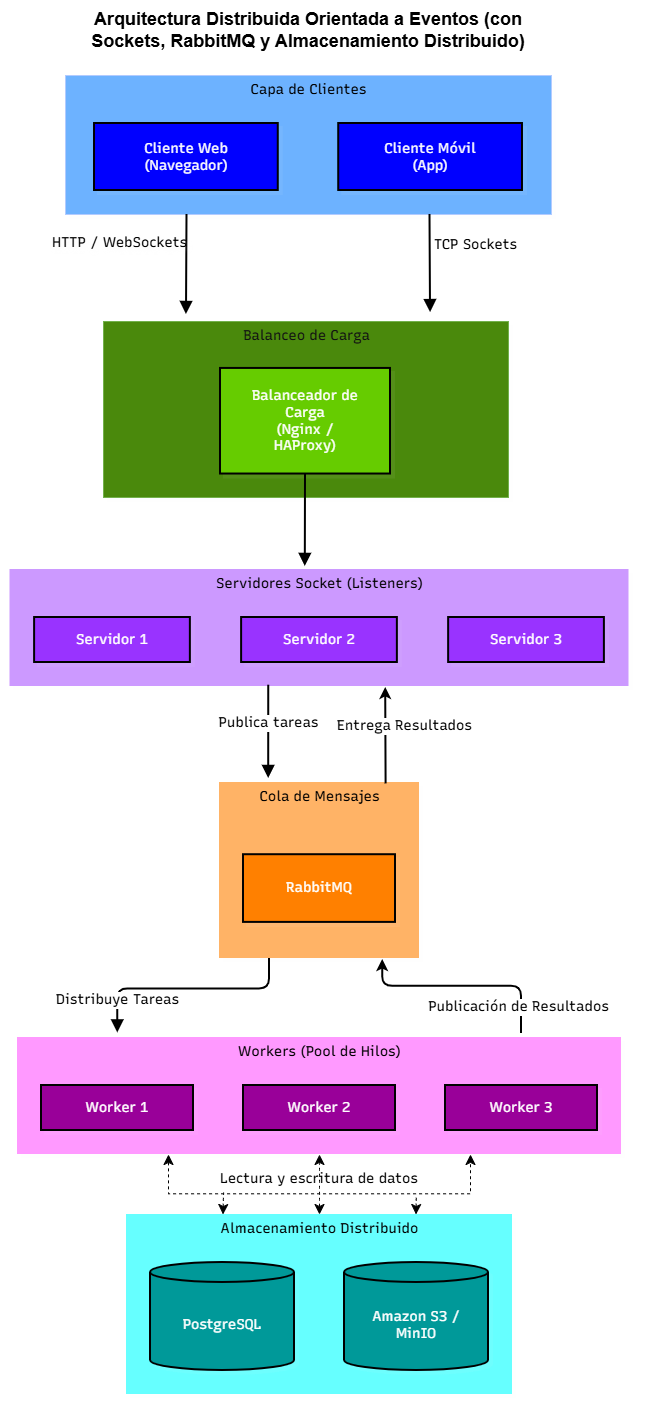
Before: Cliente-Servidor.drawio.png, a diagram exported from draw.io (Pao-1112/pfo3-sistema-distribuido-sockets). Source tidied: cells renumbered, new cells last; positions are measured from the earlier drawing's top-left corner, leaving out a move shared by most shapes.
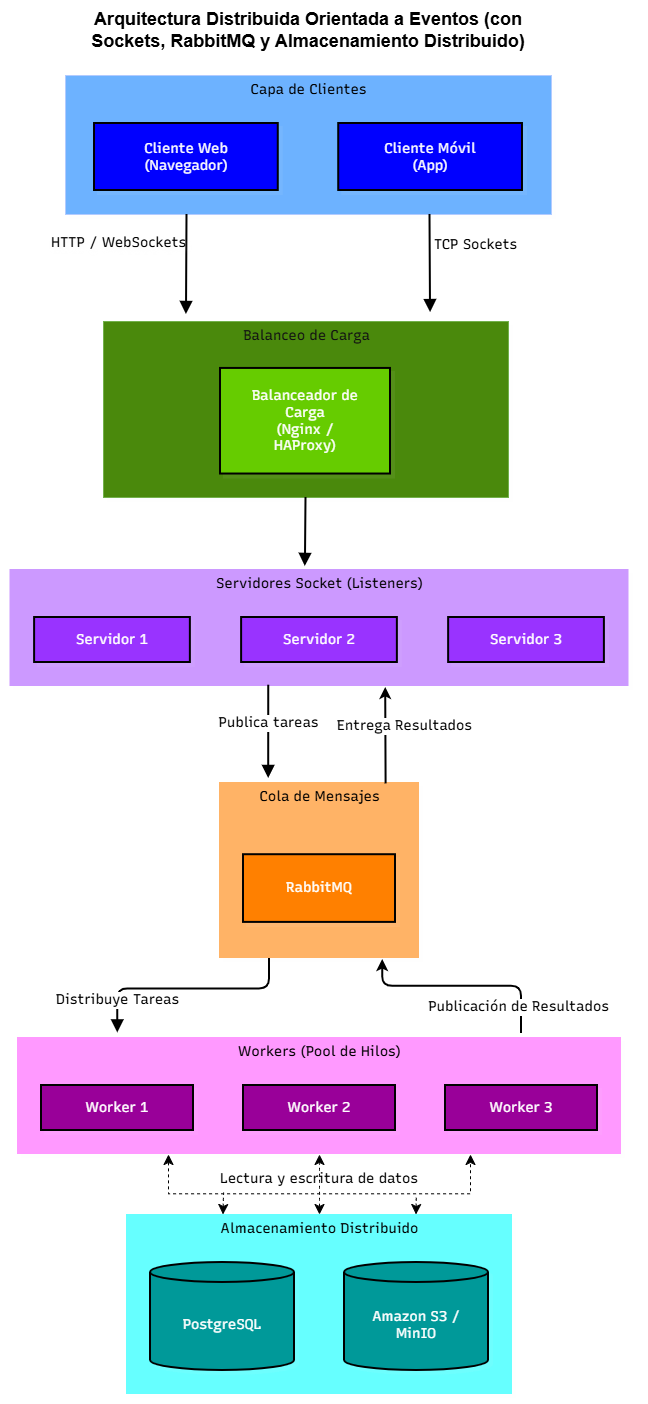
Later version of the same file.

Commit message:
Actualizar diagrama y documentación del proyecto

Change to the diagram source:
```diff
@@ -82,8 +82,8 @@
         <mxPoint x="453.1" y="248.1" as="targetPoint" />
       </mxGeometry>
     </mxCell>
-    <mxCell id="26" style="edgeStyle=orthogonalEdgeStyle;rounded=1;curved=0;startArrow=none;endArrow=block;endSize=8;jumpStyle=arc;jumpSize=12;strokeColor=light-dark(#000000,#000000);exitX=0.5;exitY=1;entryX=0.477;entryY=-0.026;strokeWidth=2;targetPerimeterSpacing=4;fontSize=12;exitDx=0;exitDy=0;entryDx=0;entryDy=0;entryPerimeter=0;" parent="2" edge="1" source="20" target="15">
-      <mxGeometry x="0.73" relative="1" as="geometry" />
+    <mxCell id="26" style="edgeStyle=orthogonalEdgeStyle;rounded=1;curved=0;startArrow=none;endArrow=block;endSize=8;jumpStyle=arc;jumpSize=12;strokeColor=light-dark(#000000,#000000);exitX=0.5;exitY=1;entryX=0.477;entryY=-0.026;strokeWidth=2;targetPerimeterSpacing=4;fontSize=12;exitDx=0;exitDy=0;entryDx=0;entryDy=0;entryPerimeter=0;" parent="2" edge="1" source="19" target="15">
+      <mxGeometry x="0.62" relative="1" as="geometry" />
     </mxCell>
     <mxCell id="27" value="&lt;span&gt;Publica tareas&lt;/span&gt;" style="edgeStyle=orthogonalEdgeStyle;rounded=1;curved=0;startArrow=none;endArrow=block;endSize=8;jumpStyle=arc;jumpSize=12;strokeColor=light-dark(transparent,#000000);html=1;fontSize=14;labelBackgroundColor=light-dark(#CCCCCC,#FFFFFF);fontFamily=Recursive;fontColor=light-dark(#28253D,#000000);exitX=0.418;exitY=0.989;strokeWidth=2;targetPerimeterSpacing=4;fontSource=https%3A%2F%2Ffonts.googleapis.com%2Fcss%3Ffamily%3DRecursive;exitDx=0;exitDy=0;exitPerimeter=0;" parent="2" edge="1" source="15" target="13">
       <mxGeometry x="-0.19" relative="1" as="geometry">
```
